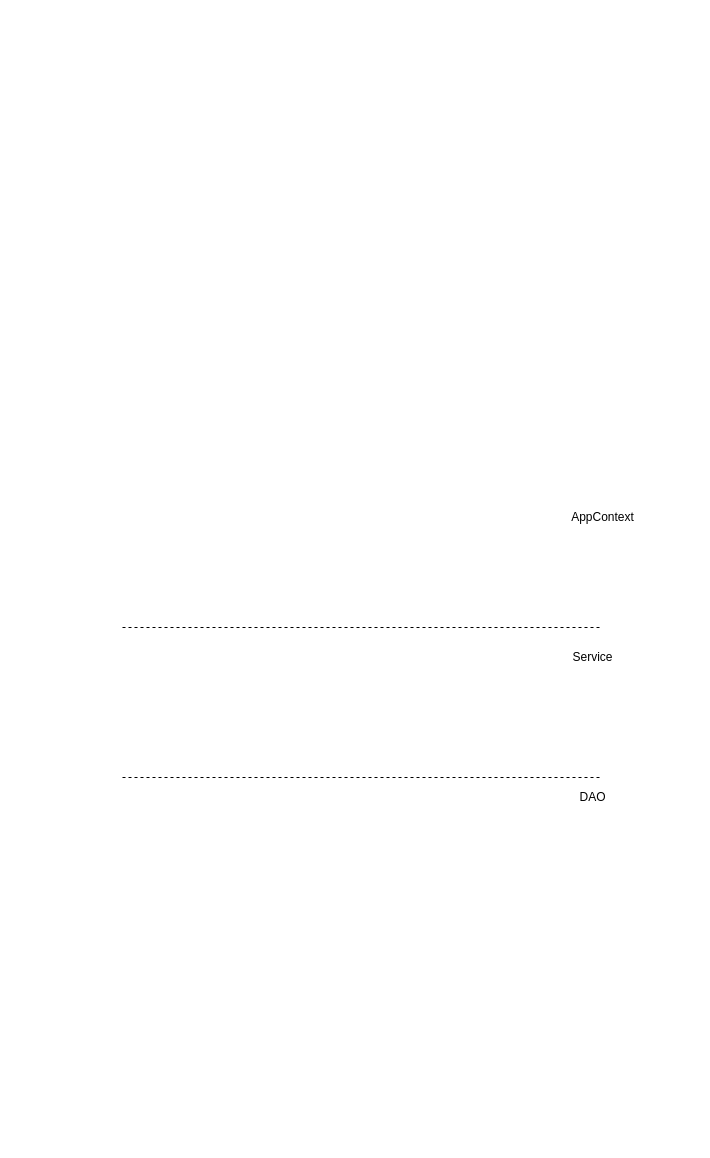
The draw.io diagram Untitled Diagram.drawio in bankarian/pics, before the edit. Source tidied: cells renumbered, new cells numbered last; positions are measured from the earlier drawing's top-left corner, leaving out a move shared by most shapes. Both pictures are drawn from the tidied source at 100%, with x=0, y=0 at pixel (122, 507).
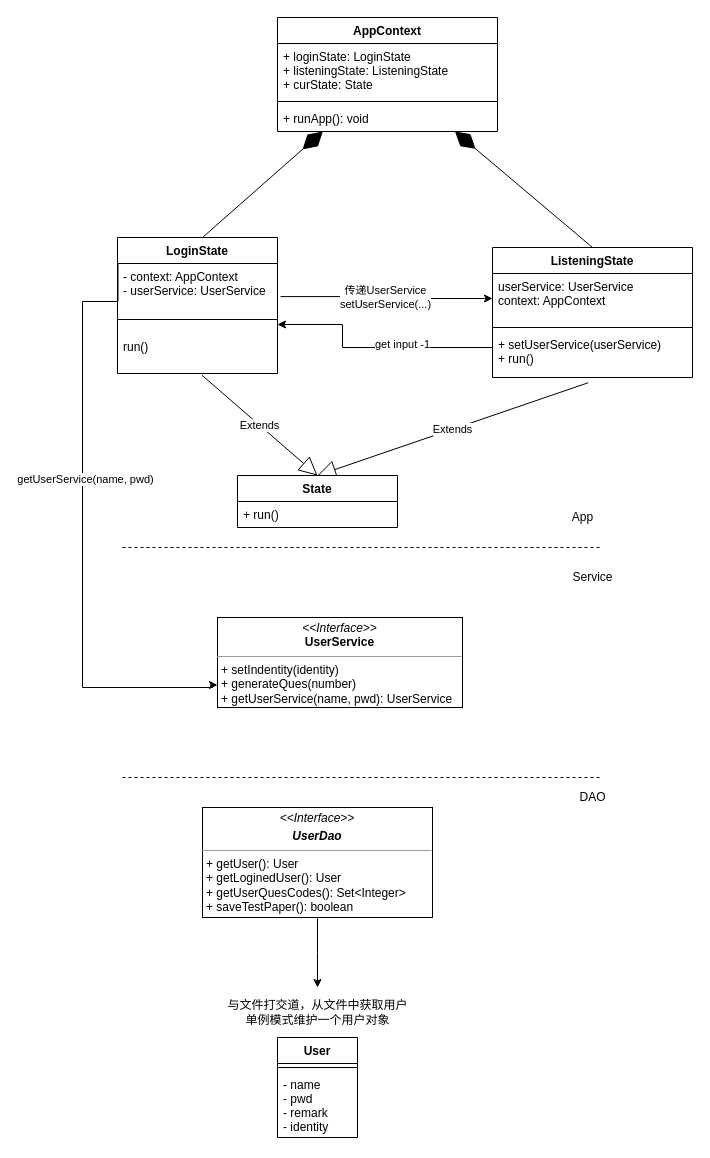
After the change.

Diff of the diagram source:
```diff
@@
     <mxCell id="4" style="endArrow=none;dashed=1;html=1;" parent="1" edge="1">
       <mxGeometry relative="1" as="geometry">
-        <mxPoint y="120" as="sourcePoint" />
-        <mxPoint x="480" y="120" as="targetPoint" />
+        <mxPoint y="40" as="sourcePoint" />
+        <mxPoint x="480" y="40" as="targetPoint" />
       </mxGeometry>
     </mxCell>
     <mxCell id="5" value="Service" style="text;html=1;align=center;verticalAlign=middle;" parent="1" vertex="1">
-      <mxGeometry x="440" y="140" width="60" height="20" as="geometry" />
+      <mxGeometry x="440" y="60" width="60" height="20" as="geometry" />
     </mxCell>
-    <mxCell id="6" value="AppContext" style="text;html=1;align=center;verticalAlign=middle;" parent="1" vertex="1">
-      <mxGeometry x="440" width="80" height="20" as="geometry" />
+    <mxCell id="6" value="App" style="text;html=1;align=center;verticalAlign=middle;" parent="1" vertex="1">
+      <mxGeometry x="440" width="40" height="20" as="geometry" />
     </mxCell>
+    <mxCell id="7" style="edgeStyle=orthogonalEdgeStyle;rounded=0;jettySize=auto;html=1;" parent="1" edge="1" source="12">
+      <mxGeometry relative="1" as="geometry">
+        <mxPoint x="195" y="480" as="targetPoint" />
+      </mxGeometry>
+    </mxCell>
+    <mxCell id="8" value="AppContext" style="swimlane;fontStyle=1;align=center;verticalAlign=top;horizontal=1;startSize=26;" parent="1" vertex="1">
+      <mxGeometry x="155" y="-490" width="220" height="114" as="geometry" />
+    </mxCell>
+    <mxCell id="9" value="+ loginState: LoginState&#10;+ listeningState: ListeningState&#10;+ curState: State" style="text;strokeColor=none;fillColor=none;align=left;verticalAlign=top;spacingLeft=4;spacingRight=4;overflow=hidden;" parent="8" vertex="1">
+      <mxGeometry y="26" width="220" height="54" as="geometry" />
+    </mxCell>
+    <mxCell id="10" style="line;strokeWidth=1;fillColor=none;align=left;verticalAlign=middle;spacingTop=-1;spacingLeft=3;spacingRight=3;labelPosition=right;" parent="8" vertex="1">
+      <mxGeometry y="80" width="220" height="8" as="geometry" />
+    </mxCell>
+    <mxCell id="11" value="+ runApp(): void" style="text;strokeColor=none;fillColor=none;align=left;verticalAlign=top;spacingLeft=4;spacingRight=4;overflow=hidden;" parent="8" vertex="1">
+      <mxGeometry y="88" width="220" height="26" as="geometry" />
+    </mxCell>
+    <mxCell id="12" value="&lt;p style=&quot;margin: 0px ; margin-top: 4px ; text-align: center&quot;&gt;&lt;i&gt;&amp;lt;&amp;lt;Interface&amp;gt;&amp;gt;&lt;/i&gt;&lt;br&gt;&lt;/p&gt;&lt;p style=&quot;margin: 0px ; margin-top: 4px ; text-align: center&quot;&gt;&lt;i&gt;&lt;b&gt;UserDao&lt;/b&gt;&lt;/i&gt;&lt;/p&gt;&lt;hr size=&quot;1&quot;&gt;&lt;p style=&quot;margin: 0px ; margin-left: 4px&quot;&gt;+ getUser(): User&lt;/p&gt;&lt;p style=&quot;margin: 0px ; margin-left: 4px&quot;&gt;+ getLoginedUser(): User&lt;/p&gt;&lt;p style=&quot;margin: 0px ; margin-left: 4px&quot;&gt;+ getUserQuesCodes(): Set&amp;lt;Integer&amp;gt;&lt;/p&gt;&lt;p style=&quot;margin: 0px ; margin-left: 4px&quot;&gt;+ saveTestPaper(): boolean&lt;/p&gt;&lt;p style=&quot;margin: 0px ; margin-left: 4px&quot;&gt;&lt;br&gt;&lt;/p&gt;" style="verticalAlign=top;align=left;overflow=fill;fontSize=12;fontFamily=Helvetica;html=1;" parent="1" vertex="1">
+      <mxGeometry x="80" y="300" width="230" height="110" as="geometry" />
+    </mxCell>
+    <mxCell id="13" value="与文件打交道，从文件中获取用户&lt;br&gt;单例模式维护一个用户对象" style="text;html=1;align=center;verticalAlign=middle;" parent="1" vertex="1">
+      <mxGeometry x="95" y="490" width="200" height="30" as="geometry" />
+    </mxCell>
+    <mxCell id="14" value="&lt;p style=&quot;margin: 0px ; margin-top: 4px ; text-align: center&quot;&gt;&lt;i&gt;&amp;lt;&amp;lt;Interface&amp;gt;&amp;gt;&lt;/i&gt;&lt;br&gt;&lt;b&gt;UserService&lt;/b&gt;&lt;/p&gt;&lt;hr size=&quot;1&quot;&gt;&lt;p style=&quot;margin: 0px ; margin-left: 4px&quot;&gt;+ setIndentity(identity)&lt;/p&gt;&lt;p style=&quot;margin: 0px ; margin-left: 4px&quot;&gt;+ generateQues(number)&lt;/p&gt;&lt;p style=&quot;margin: 0px ; margin-left: 4px&quot;&gt;+ getUserService(name, pwd): UserService&lt;/p&gt;" style="verticalAlign=top;align=left;overflow=fill;fontSize=12;fontFamily=Helvetica;html=1;" parent="1" vertex="1">
+      <mxGeometry x="95" y="110" width="245" height="90" as="geometry" />
+    </mxCell>
+    <mxCell id="15" style="edgeStyle=orthogonalEdgeStyle;rounded=0;jettySize=auto;html=1;exitX=1.019;exitY=0.788;exitDx=0;exitDy=0;exitPerimeter=0;" parent="1" edge="1" source="23" target="30">
+      <mxGeometry relative="1" as="geometry" />
+    </mxCell>
+    <mxCell id="16" value="传递UserService&lt;br&gt;setUserService(...)" style="edgeLabel;html=1;align=center;verticalAlign=middle;" parent="15" vertex="1">
+      <mxGeometry x="-0.17" y="-2" relative="1" as="geometry">
+        <mxPoint x="15" y="-2" as="offset" />
+      </mxGeometry>
+    </mxCell>
+    <mxCell id="17" value="Extends" style="endArrow=block;endSize=16;endFill=0;html=1;entryX=0.5;entryY=0;entryDx=0;entryDy=0;exitX=0.478;exitY=1.115;exitDx=0;exitDy=0;exitPerimeter=0;" parent="1" edge="1" source="32" target="36">
+      <mxGeometry relative="1" as="geometry" />
+    </mxCell>
+    <mxCell id="18" value="Extends" style="endArrow=block;endSize=16;endFill=0;html=1;exitX=0.528;exitY=1.043;exitDx=0;exitDy=0;entryX=0.5;entryY=0;entryDx=0;entryDy=0;exitPerimeter=0;" parent="1" edge="1" source="25" target="36">
+      <mxGeometry relative="1" as="geometry" />
+    </mxCell>
+    <mxCell id="19" style="edgeStyle=orthogonalEdgeStyle;rounded=0;jettySize=auto;html=1;entryX=0;entryY=0.75;entryDx=0;entryDy=0;exitX=0.003;exitY=0.151;exitDx=0;exitDy=0;exitPerimeter=0;" parent="1" edge="1" source="21" target="14">
+      <mxGeometry relative="1" as="geometry">
+        <Array as="points">
+          <mxPoint x="-4" y="-206" />
+          <mxPoint x="-40" y="-206" />
+          <mxPoint x="-40" y="180" />
+          <mxPoint x="90" y="180" />
+          <mxPoint x="90" y="178" />
+        </Array>
+      </mxGeometry>
+    </mxCell>
+    <mxCell id="20" value="getUserService(name, pwd)" style="edgeLabel;html=1;align=center;verticalAlign=middle;" parent="19" vertex="1">
+      <mxGeometry x="-0.15" y="2" relative="1" as="geometry" />
+    </mxCell>
+    <mxCell id="21" value="LoginState" style="swimlane;fontStyle=1;align=center;verticalAlign=top;horizontal=1;startSize=26;" parent="1" vertex="1">
+      <mxGeometry x="-5" y="-270" width="160" height="136" as="geometry" />
+    </mxCell>
+    <mxCell id="22" style="endArrow=diamondThin;endFill=1;endSize=24;html=1;" parent="21" edge="1" target="8">
+      <mxGeometry relative="1" as="geometry">
+        <mxPoint x="85" as="sourcePoint" />
+      </mxGeometry>
+    </mxCell>
+    <mxCell id="23" value="- context: AppContext &#10;- userService: UserService" style="text;strokeColor=none;fillColor=none;align=left;verticalAlign=top;spacingLeft=4;spacingRight=4;overflow=hidden;points=[[0,0.5],[1,0.5]];portConstraint=eastwest;" parent="21" vertex="1">
+      <mxGeometry y="26" width="160" height="42" as="geometry" />
+    </mxCell>
+    <mxCell id="24" style="line;strokeWidth=1;fillColor=none;align=left;verticalAlign=middle;spacingTop=-1;spacingLeft=3;spacingRight=3;labelPosition=right;" parent="21" vertex="1">
+      <mxGeometry y="68" width="160" height="28" as="geometry" />
+    </mxCell>
+    <mxCell id="25" value="run()&#10;" style="text;strokeColor=none;fillColor=none;align=left;verticalAlign=top;spacingLeft=4;spacingRight=4;overflow=hidden;points=[[0,0.5],[1,0.5]];portConstraint=eastwest;" parent="21" vertex="1">
+      <mxGeometry y="96" width="160" height="40" as="geometry" />
+    </mxCell>
+    <mxCell id="26" style="edgeStyle=orthogonalEdgeStyle;rounded=0;jettySize=auto;html=1;" parent="1" edge="1" source="28" target="21">
+      <mxGeometry relative="1" as="geometry">
+        <Array as="points">
+          <mxPoint x="220" y="-160" />
+          <mxPoint x="220" y="-183" />
+        </Array>
+      </mxGeometry>
+    </mxCell>
+    <mxCell id="27" value="get input -1" style="edgeLabel;html=1;align=center;verticalAlign=middle;" parent="26" vertex="1">
+      <mxGeometry x="-0.04" y="-1" relative="1" as="geometry">
+        <mxPoint x="23" y="-3" as="offset" />
+      </mxGeometry>
+    </mxCell>
+    <mxCell id="28" value="ListeningState" style="swimlane;fontStyle=1;align=center;verticalAlign=top;horizontal=1;startSize=26;" parent="1" vertex="1">
+      <mxGeometry x="370" y="-260" width="200" height="130" as="geometry" />
+    </mxCell>
+    <mxCell id="29" style="endArrow=diamondThin;endFill=1;endSize=24;html=1;" parent="28" edge="1" target="8">
+      <mxGeometry relative="1" as="geometry">
+        <mxPoint x="100" as="sourcePoint" />
+      </mxGeometry>
+    </mxCell>
+    <mxCell id="30" value="userService: UserService&#10;context: AppContext" style="text;strokeColor=none;fillColor=none;align=left;verticalAlign=top;spacingLeft=4;spacingRight=4;overflow=hidden;points=[[0,0.5],[1,0.5]];portConstraint=eastwest;" parent="28" vertex="1">
+      <mxGeometry y="26" width="200" height="50" as="geometry" />
+    </mxCell>
+    <mxCell id="31" style="line;strokeWidth=1;fillColor=none;align=left;verticalAlign=middle;spacingTop=-1;spacingLeft=3;spacingRight=3;labelPosition=right;" parent="28" vertex="1">
+      <mxGeometry y="76" width="200" height="8" as="geometry" />
+    </mxCell>
+    <mxCell id="32" value="+ setUserService(userService)&#10;+ run()" style="text;strokeColor=none;fillColor=none;align=left;verticalAlign=top;spacingLeft=4;spacingRight=4;overflow=hidden;points=[[0,0.5],[1,0.5]];portConstraint=eastwest;" parent="28" vertex="1">
+      <mxGeometry y="84" width="200" height="46" as="geometry" />
+    </mxCell>
+    <mxCell id="33" value="User" style="swimlane;fontStyle=1;align=center;verticalAlign=top;horizontal=1;startSize=26;" parent="1" vertex="1">
+      <mxGeometry x="155" y="530" width="80" height="100" as="geometry" />
+    </mxCell>
+    <mxCell id="34" style="line;strokeWidth=1;fillColor=none;align=left;verticalAlign=middle;spacingTop=-1;spacingLeft=3;spacingRight=3;labelPosition=right;" parent="33" vertex="1">
+      <mxGeometry y="26" width="80" height="8" as="geometry" />
+    </mxCell>
+    <mxCell id="35" value="- name&#10;- pwd&#10;- remark&#10;- identity" style="text;strokeColor=none;fillColor=none;align=left;verticalAlign=top;spacingLeft=4;spacingRight=4;overflow=hidden;" parent="33" vertex="1">
+      <mxGeometry y="34" width="80" height="66" as="geometry" />
+    </mxCell>
+    <mxCell id="36" value="State" style="swimlane;fontStyle=1;align=center;verticalAlign=top;horizontal=1;startSize=26;" parent="1" vertex="1">
+      <mxGeometry x="115" y="-32" width="160" height="52" as="geometry" />
+    </mxCell>
+    <mxCell id="37" value="+ run()" style="text;strokeColor=none;fillColor=none;align=left;verticalAlign=top;spacingLeft=4;spacingRight=4;overflow=hidden;" parent="36" vertex="1">
+      <mxGeometry y="26" width="160" height="26" as="geometry" />
+    </mxCell>
```
